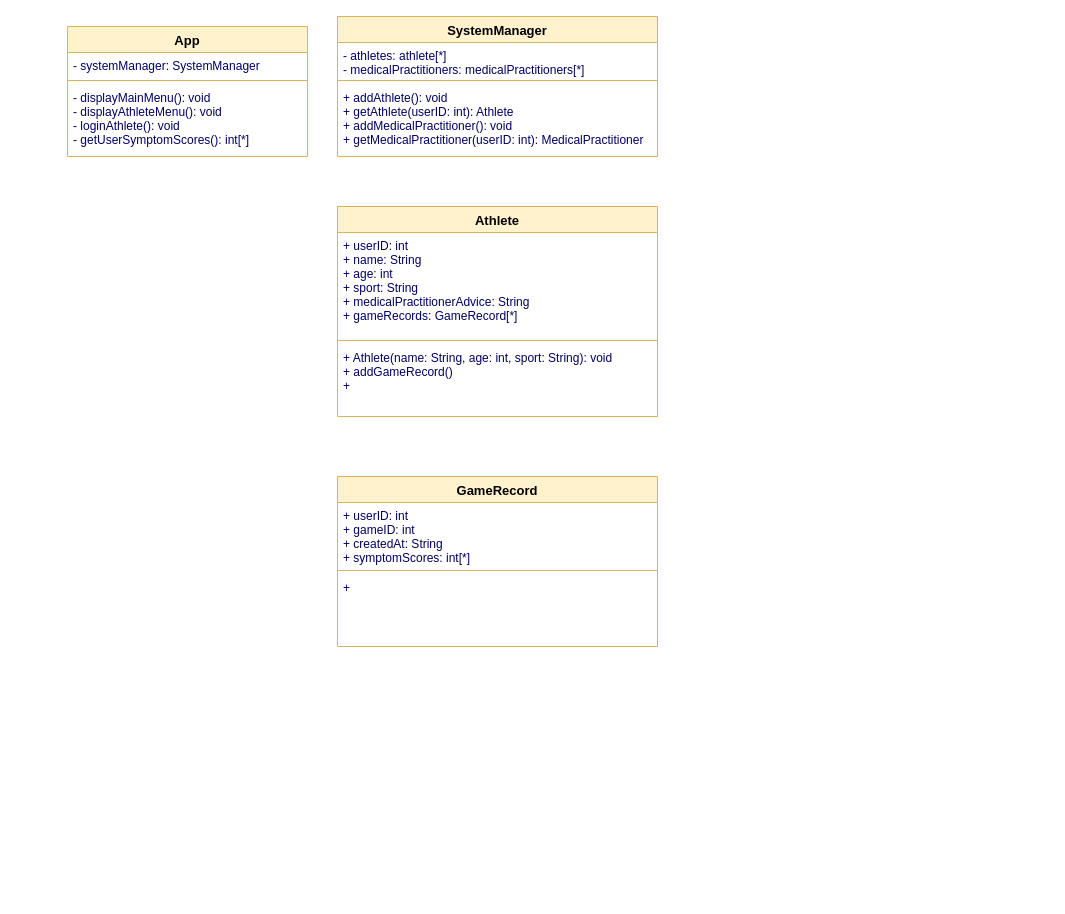
The draw.io diagram Sport Concussion Assessment System/class_diagram.drawio in hiroto0222/CSE598-ASAD, before the edit. Source tidied: cells renumbered, new cells numbered last; positions are measured from the earlier drawing's top-left corner, leaving out a move shared by most shapes. Both pictures are drawn from the tidied source at 100%, with x=0, y=0 at pixel (67, 16).
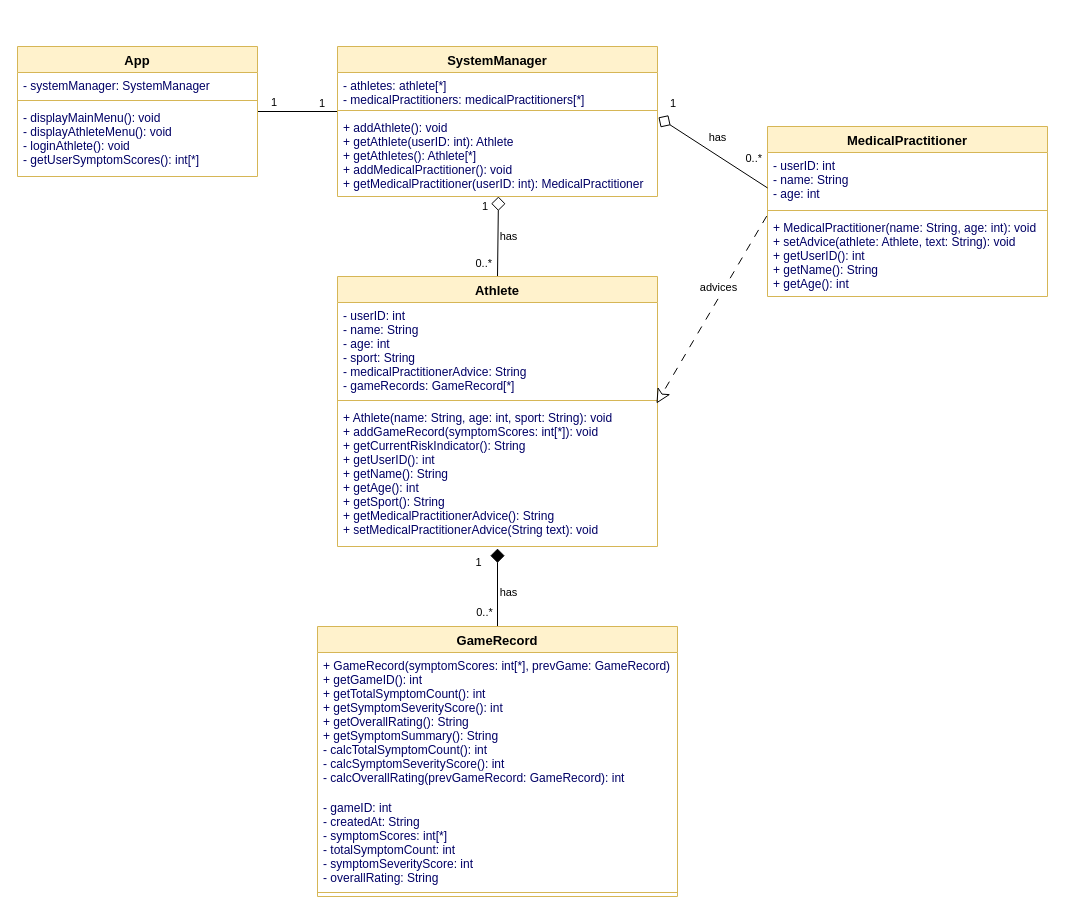
After the change.

The change refers to these unchanged cells:
```xml
<mxCell id="8" style="line;strokeWidth=1;fillColor=#fff2cc;align=left;verticalAlign=middle;spacingTop=-1;spacingLeft=3;spacingRight=3;labelPosition=right;points=[];portConstraint=eastwest;strokeColor=#d6b656;" parent="6" vertex="1">
  <mxGeometry y="60" width="320" height="8" as="geometry" />
</mxCell>
```

What changed in the source:
```diff
@@
+    <mxCell id="18" style="edgeStyle=none;html=1;entryX=0;entryY=0.625;entryDx=0;entryDy=0;entryPerimeter=0;strokeColor=default;endArrow=none;endFill=0;" parent="1" edge="1" target="8">
+      <mxGeometry relative="1" as="geometry">
+        <mxPoint x="190" y="95" as="sourcePoint" />
+      </mxGeometry>
+    </mxCell>
+    <mxCell id="19" value="1" style="edgeLabel;html=1;align=right;verticalAlign=bottom;labelPosition=left;verticalLabelPosition=top;" parent="18" vertex="1">
+      <mxGeometry x="-0.44" y="1" relative="1" as="geometry">
+        <mxPoint x="-2" as="offset" />
+      </mxGeometry>
+    </mxCell>
+    <mxCell id="20" value="1" style="edgeLabel;html=1;align=left;verticalAlign=bottom;labelPosition=right;verticalLabelPosition=top;" parent="18" vertex="1">
+      <mxGeometry x="0.34" relative="1" as="geometry">
+        <mxPoint x="6" as="offset" />
+      </mxGeometry>
+    </mxCell>
     <mxCell id="2" value="App" style="swimlane;fontStyle=1;align=center;verticalAlign=top;horizontal=1;startSize=26;swimlaneFillColor=#ffffff;strokeColor=#d6b656;strokeWidth=1;fillColor=#fff2cc;fontSize=13;" parent="1" vertex="1">
-      <mxGeometry y="10" width="240" height="130" as="geometry" />
+      <mxGeometry x="-50" y="30" width="240" height="130" as="geometry" />
     </mxCell>
@@
+    <mxCell id="21" style="edgeStyle=none;html=1;entryX=0.5;entryY=0;entryDx=0;entryDy=0;strokeColor=default;endArrow=none;endFill=0;labelPosition=left;verticalLabelPosition=top;align=right;verticalAlign=bottom;startArrow=diamond;startFill=0;endSize=12;startSize=12;exitX=0.503;exitY=1;exitDx=0;exitDy=0;exitPerimeter=0;" parent="1" edge="1" source="9" target="10">
+      <mxGeometry relative="1" as="geometry" />
+    </mxCell>
+    <mxCell id="22" value="1" style="edgeLabel;html=1;align=right;verticalAlign=bottom;labelPosition=left;verticalLabelPosition=top;" parent="21" vertex="1">
+      <mxGeometry x="-0.47" y="2" relative="1" as="geometry">
+        <mxPoint x="-12" y="-3" as="offset" />
+      </mxGeometry>
+    </mxCell>
+    <mxCell id="23" value="0..*" style="edgeLabel;html=1;align=right;verticalAlign=top;labelPosition=left;verticalLabelPosition=bottom;" parent="21" vertex="1">
+      <mxGeometry x="0.21" y="2" relative="1" as="geometry">
+        <mxPoint x="-7" y="6" as="offset" />
+      </mxGeometry>
+    </mxCell>
+    <mxCell id="24" value="has" style="edgeLabel;html=1;align=center;verticalAlign=middle;" parent="21" vertex="1">
+      <mxGeometry x="-0.03" y="1" relative="1" as="geometry">
+        <mxPoint x="9" as="offset" />
+      </mxGeometry>
+    </mxCell>
     <mxCell id="6" value="SystemManager" style="swimlane;fontStyle=1;align=center;verticalAlign=top;horizontal=1;startSize=26;swimlaneFillColor=#ffffff;strokeColor=#d6b656;strokeWidth=1;fillColor=#fff2cc;fontSize=13;" parent="1" vertex="1">
-      <mxGeometry x="270" width="320" height="140" as="geometry" />
+      <mxGeometry x="270" y="30" width="320" height="150" as="geometry" />
     </mxCell>
@@
-    <mxCell id="9" value="+ addAthlete(): void&#10;+ getAthlete(userID: int): Athlete&#10;+ addMedicalPractitioner(): void&#10;+ getMedicalPractitioner(userID: int): MedicalPractitioner" style="text;strokeColor=none;fillColor=none;align=left;verticalAlign=top;spacingLeft=4;spacingRight=4;overflow=hidden;points=[[0,0.5],[1,0.5]];portConstraint=eastwest;fontColor=#000066;" parent="6" vertex="1">
-      <mxGeometry y="68" width="320" height="72" as="geometry" />
+    <mxCell id="9" value="+ addAthlete(): void&#10;+ getAthlete(userID: int): Athlete&#10;+ getAthletes(): Athlete[*]&#10;+ addMedicalPractitioner(): void&#10;+ getMedicalPractitioner(userID: int): MedicalPractitioner" style="text;strokeColor=none;fillColor=none;align=left;verticalAlign=top;spacingLeft=4;spacingRight=4;overflow=hidden;points=[[0,0.5],[1,0.5]];portConstraint=eastwest;fontColor=#000066;" parent="6" vertex="1">
+      <mxGeometry y="68" width="320" height="82" as="geometry" />
     </mxCell>
+    <mxCell id="25" style="edgeStyle=none;html=1;entryX=0.5;entryY=0;entryDx=0;entryDy=0;strokeColor=default;startArrow=diamond;startFill=1;endArrow=none;endFill=0;startSize=12;endSize=12;exitX=0.5;exitY=1.014;exitDx=0;exitDy=0;exitPerimeter=0;" parent="1" edge="1" source="13">
+      <mxGeometry relative="1" as="geometry">
+        <mxPoint x="430" y="610" as="targetPoint" />
+      </mxGeometry>
+    </mxCell>
+    <mxCell id="26" value="1" style="edgeLabel;html=1;align=center;verticalAlign=middle;" parent="25" vertex="1">
+      <mxGeometry x="-0.53" relative="1" as="geometry">
+        <mxPoint x="-20" y="-4" as="offset" />
+      </mxGeometry>
+    </mxCell>
+    <mxCell id="27" value="0..*" style="edgeLabel;html=1;align=center;verticalAlign=middle;" parent="25" vertex="1">
+      <mxGeometry x="0.46" relative="1" as="geometry">
+        <mxPoint x="-14" y="7" as="offset" />
+      </mxGeometry>
+    </mxCell>
+    <mxCell id="28" value="has" style="edgeLabel;html=1;align=center;verticalAlign=middle;" parent="25" vertex="1">
+      <mxGeometry x="0.14" y="-2" relative="1" as="geometry">
+        <mxPoint x="12" as="offset" />
+      </mxGeometry>
+    </mxCell>
     <mxCell id="10" value="Athlete" style="swimlane;fontStyle=1;align=center;verticalAlign=top;horizontal=1;startSize=26;swimlaneFillColor=#ffffff;strokeColor=#d6b656;strokeWidth=1;fillColor=#fff2cc;fontSize=13;" parent="1" vertex="1">
-      <mxGeometry x="270" y="190" width="320" height="210" as="geometry" />
+      <mxGeometry x="270" y="260" width="320" height="270" as="geometry" />
     </mxCell>
-    <mxCell id="11" value="+ userID: int&#10;+ name: String&#10;+ age: int&#10;+ sport: String&#10;+ medicalPractitionerAdvice: String&#10;+ gameRecords: GameRecord[*]" style="text;strokeColor=none;fillColor=none;align=left;verticalAlign=top;spacingLeft=4;spacingRight=4;overflow=hidden;fontColor=#000066;" parent="10" vertex="1">
-      <mxGeometry y="26" width="320" height="104" as="geometry" />
+    <mxCell id="11" value="- userID: int&#10;- name: String&#10;- age: int&#10;- sport: String&#10;- medicalPractitionerAdvice: String&#10;- gameRecords: GameRecord[*]" style="text;strokeColor=none;fillColor=none;align=left;verticalAlign=top;spacingLeft=4;spacingRight=4;overflow=hidden;fontColor=#000066;" parent="10" vertex="1">
+      <mxGeometry y="26" width="320" height="94" as="geometry" />
     </mxCell>
     <mxCell id="12" style="line;strokeWidth=1;fillColor=#fff2cc;align=left;verticalAlign=middle;spacingTop=-1;spacingLeft=3;spacingRight=3;labelPosition=right;strokeColor=#d6b656;" parent="10" vertex="1">
-      <mxGeometry y="130" width="320" height="8" as="geometry" />
+      <mxGeometry y="120" width="320" height="8" as="geometry" />
     </mxCell>
-    <mxCell id="13" value="+ Athlete(name: String, age: int, sport: String): void&#10;+ addGameRecord()&#10;+ " style="text;strokeColor=none;fillColor=none;align=left;verticalAlign=top;spacingLeft=4;spacingRight=4;overflow=hidden;points=[[0,0.5],[1,0.5]];portConstraint=eastwest;fontColor=#000066;" parent="10" vertex="1">
-      <mxGeometry y="138" width="320" height="72" as="geometry" />
+    <mxCell id="13" value="+ Athlete(name: String, age: int, sport: String): void&#10;+ addGameRecord(symptomScores: int[*]): void&#10;+ getCurrentRiskIndicator(): String&#10;+ getUserID(): int&#10;+ getName(): String&#10;+ getAge(): int&#10;+ getSport(): String&#10;+ getMedicalPractitionerAdvice(): String&#10;+ setMedicalPractitionerAdvice(String text): void" style="text;strokeColor=none;fillColor=none;align=left;verticalAlign=top;spacingLeft=4;spacingRight=4;overflow=hidden;points=[[0,0.5],[1,0.5]];portConstraint=eastwest;fontColor=#000066;" parent="10" vertex="1">
+      <mxGeometry y="128" width="320" height="142" as="geometry" />
     </mxCell>
     <mxCell id="14" value="GameRecord" style="swimlane;fontStyle=1;align=center;verticalAlign=top;horizontal=1;startSize=26;swimlaneFillColor=#ffffff;strokeColor=#d6b656;strokeWidth=1;fillColor=#fff2cc;fontSize=13;" parent="1" vertex="1">
-      <mxGeometry x="270" y="460" width="320" height="170" as="geometry" />
+      <mxGeometry x="250" y="610" width="360" height="270" as="geometry" />
     </mxCell>
+    <mxCell id="17" value="+ GameRecord(symptomScores: int[*], prevGame: GameRecord)&#10;+ getGameID(): int&#10;+ getTotalSymptomCount(): int&#10;+ getSymptomSeverityScore(): int&#10;+ getOverallRating(): String&#10;+ getSymptomSummary(): String&#10;- calcTotalSymptomCount(): int&#10;- calcSymptomSeverityScore(): int&#10;- calcOverallRating(prevGameRecord: GameRecord): int&#10;" style="text;strokeColor=none;fillColor=none;align=left;verticalAlign=top;spacingLeft=4;spacingRight=4;overflow=hidden;fontColor=#000066;" parent="14" vertex="1">
+      <mxGeometry y="26" width="360" height="142" as="geometry" />
+    </mxCell>
-    <mxCell id="15" value="+ userID: int&#10;+ gameID: int&#10;+ createdAt: String&#10;+ symptomScores: int[*]" style="text;strokeColor=none;fillColor=none;align=left;verticalAlign=top;spacingLeft=4;spacingRight=4;overflow=hidden;fontColor=#000066;" parent="14" vertex="1">
-      <mxGeometry y="26" width="320" height="64" as="geometry" />
+    <mxCell id="15" value="- gameID: int&#10;- createdAt: String&#10;- symptomScores: int[*]&#10;- totalSymptomCount: int&#10;- symptomSeverityScore: int&#10;- overallRating: String" style="text;strokeColor=none;fillColor=none;align=left;verticalAlign=top;spacingLeft=4;spacingRight=4;overflow=hidden;fontColor=#000066;" parent="14" vertex="1">
+      <mxGeometry y="168" width="360" height="94" as="geometry" />
     </mxCell>
     <mxCell id="16" style="line;strokeWidth=1;fillColor=#fff2cc;align=left;verticalAlign=middle;spacingTop=-1;spacingLeft=3;spacingRight=3;labelPosition=right;strokeColor=#d6b656;" parent="14" vertex="1">
-      <mxGeometry y="90" width="320" height="8" as="geometry" />
+      <mxGeometry y="262" width="360" height="8" as="geometry" />
     </mxCell>
-    <mxCell id="17" value="+ " style="text;strokeColor=none;fillColor=none;align=left;verticalAlign=top;spacingLeft=4;spacingRight=4;overflow=hidden;fontColor=#000066;" parent="14" vertex="1">
-      <mxGeometry y="98" width="320" height="72" as="geometry" />
-    </mxCell>
+    <mxCell id="29" value="MedicalPractitioner" style="swimlane;fontStyle=1;align=center;verticalAlign=top;horizontal=1;startSize=26;swimlaneFillColor=#ffffff;strokeColor=#d6b656;strokeWidth=1;fillColor=#fff2cc;fontSize=13;" parent="1" vertex="1">
+      <mxGeometry x="700" y="110" width="280" height="170" as="geometry" />
+    </mxCell>
+    <mxCell id="30" value="- userID: int&#10;- name: String&#10;- age: int&#10;" style="text;strokeColor=none;fillColor=none;align=left;verticalAlign=top;spacingLeft=4;spacingRight=4;overflow=hidden;points=[[0,0.5],[1,0.5]];portConstraint=eastwest;fontColor=#000066;" parent="29" vertex="1">
+      <mxGeometry y="26" width="280" height="54" as="geometry" />
+    </mxCell>
+    <mxCell id="31" style="line;strokeWidth=1;fillColor=#fff2cc;align=left;verticalAlign=middle;spacingTop=-1;spacingLeft=3;spacingRight=3;labelPosition=right;strokeColor=#d6b656;" parent="29" vertex="1">
+      <mxGeometry y="80" width="280" height="8" as="geometry" />
+    </mxCell>
+    <mxCell id="32" value="+ MedicalPractitioner(name: String, age: int): void&#10;+ setAdvice(athlete: Athlete, text: String): void&#10;+ getUserID(): int&#10;+ getName(): String&#10;+ getAge(): int" style="text;strokeColor=none;fillColor=none;align=left;verticalAlign=top;spacingLeft=4;spacingRight=4;overflow=hidden;points=[[0,0.5],[1,0.5]];portConstraint=eastwest;fontColor=#000066;" parent="29" vertex="1">
+      <mxGeometry y="88" width="280" height="82" as="geometry" />
+    </mxCell>
+    <mxCell id="33" style="edgeStyle=none;html=1;entryX=0;entryY=0.656;entryDx=0;entryDy=0;strokeColor=default;endArrow=none;endFill=0;labelPosition=left;verticalLabelPosition=top;align=right;verticalAlign=bottom;startArrow=diamond;startFill=0;endSize=12;startSize=12;exitX=1.003;exitY=0.035;exitDx=0;exitDy=0;exitPerimeter=0;entryPerimeter=0;" parent="1" edge="1" source="9" target="30">
+      <mxGeometry relative="1" as="geometry" />
+    </mxCell>
+    <mxCell id="34" value="1" style="edgeLabel;html=1;align=right;verticalAlign=bottom;labelPosition=left;verticalLabelPosition=top;" parent="33" vertex="1">
+      <mxGeometry x="-0.47" y="2" relative="1" as="geometry">
+        <mxPoint x="-12" y="-23" as="offset" />
+      </mxGeometry>
+    </mxCell>
+    <mxCell id="35" value="0..*" style="edgeLabel;html=1;align=right;verticalAlign=top;labelPosition=left;verticalLabelPosition=bottom;" parent="33" vertex="1">
+      <mxGeometry x="0.21" y="2" relative="1" as="geometry">
+        <mxPoint x="37" y="-13" as="offset" />
+      </mxGeometry>
+    </mxCell>
+    <mxCell id="36" value="has" style="edgeLabel;html=1;align=center;verticalAlign=middle;" parent="33" vertex="1">
+      <mxGeometry x="-0.03" y="1" relative="1" as="geometry">
+        <mxPoint x="5" y="-14" as="offset" />
+      </mxGeometry>
+    </mxCell>
+    <mxCell id="37" style="edgeStyle=none;html=1;exitX=-0.003;exitY=0.02;exitDx=0;exitDy=0;exitPerimeter=0;dashed=1;dashPattern=8 8;endArrow=classic;endFill=0;startSize=18;endSize=12;" parent="1" edge="1" source="32">
+      <mxGeometry relative="1" as="geometry">
+        <mxPoint x="589" y="387" as="targetPoint" />
+      </mxGeometry>
+    </mxCell>
+    <mxCell id="38" value="advices" style="edgeLabel;html=1;align=center;verticalAlign=middle;" parent="37" vertex="1">
+      <mxGeometry x="-0.38" y="-2" relative="1" as="geometry">
+        <mxPoint x="-13" y="14" as="offset" />
+      </mxGeometry>
+    </mxCell>
```
